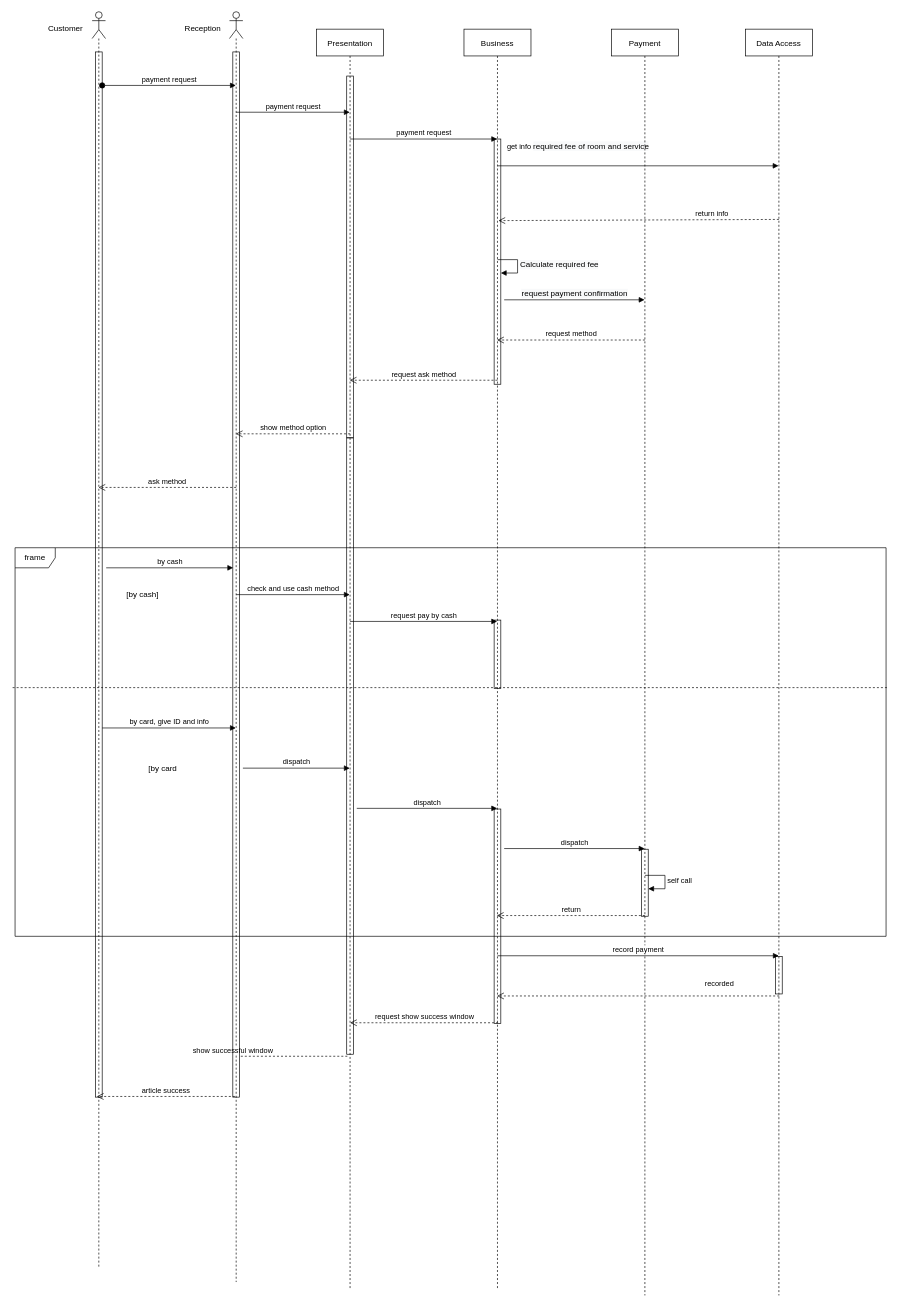
Above: page "Payment" (4 of 4) of Diagram/Sequence Diagram.drawio in jonathanha52/SE104.L23.PMCL (draw.io), before the change. Source tidied: cells renumbered, new cells numbered last; positions are measured from the earlier drawing's top-left corner, leaving out a move shared by most shapes. Both pictures are drawn from the tidied source at 67%, with x=0, y=0 at pixel (15, 11).
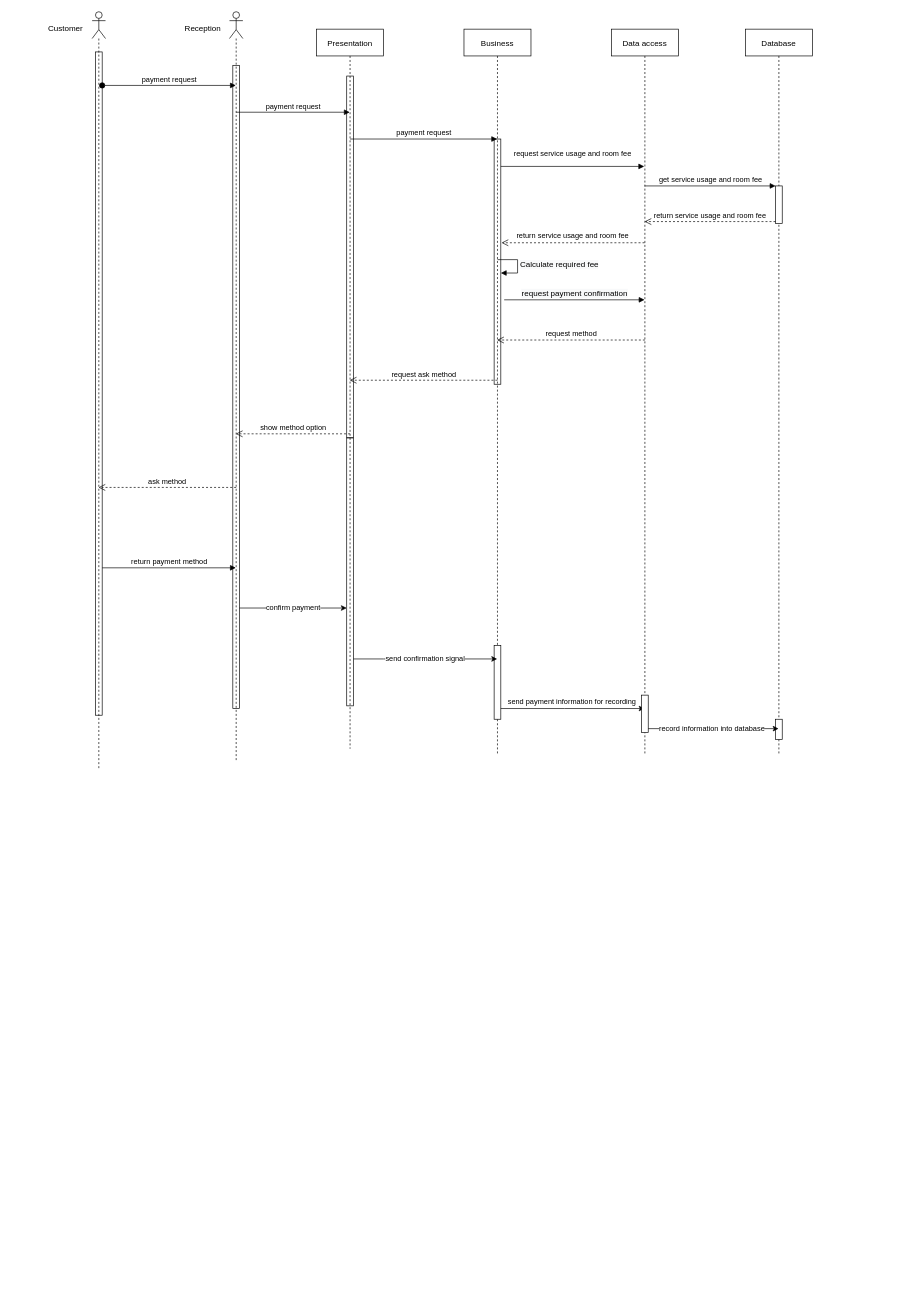
The same diagram, later.

The change refers to these unchanged cells:
```xml
<mxCell id="13" style="html=1;points=[];perimeter=orthogonalPerimeter;fillColor=none;" parent="8" vertex="1">
  <mxGeometry x="45" y="164" width="10" height="366" as="geometry" />
</mxCell>
```

Diff of the diagram source:
```diff
@@
     <mxCell id="2" value="Presentation" style="shape=umlLifeline;perimeter=lifelinePerimeter;rounded=0;shadow=0;strokeWidth=1;" parent="1" vertex="1">
-      <mxGeometry x="450" y="26" width="100" height="1880" as="geometry" />
+      <mxGeometry x="450" y="26" width="100" height="1074" as="geometry" />
     </mxCell>
@@
-    <mxCell id="4" value="request pay by cash" style="html=1;verticalAlign=bottom;endArrow=block;" parent="2" edge="1" target="8">
-      <mxGeometry relative="1" as="geometry">
-        <mxPoint x="50" y="884" as="sourcePoint" />
-      </mxGeometry>
-    </mxCell>
-    <mxCell id="5" value="dispatch" style="html=1;verticalAlign=bottom;endArrow=block;" parent="2" edge="1">
-      <mxGeometry relative="1" as="geometry">
-        <mxPoint x="60" y="1163" as="sourcePoint" />
-        <mxPoint x="269.5" y="1163" as="targetPoint" />
-      </mxGeometry>
-    </mxCell>
@@
     <mxCell id="7" style="html=1;points=[];perimeter=orthogonalPerimeter;fillColor=none;" parent="2" vertex="1">
-      <mxGeometry x="45" y="610" width="10" height="920" as="geometry" />
+      <mxGeometry x="45" y="610" width="10" height="400" as="geometry" />
     </mxCell>
+    <mxCell id="49" value="send payment information for recording" style="edgeStyle=orthogonalEdgeStyle;rounded=0;jettySize=auto;html=1;" parent="1" edge="1" source="8" target="25">
+      <mxGeometry x="0.01" y="10" relative="1" as="geometry">
+        <Array as="points">
+          <mxPoint x="820" y="1040" />
+          <mxPoint x="820" y="1040" />
+        </Array>
+      </mxGeometry>
+    </mxCell>
     <mxCell id="8" value="Business" style="shape=umlLifeline;perimeter=lifelinePerimeter;rounded=0;shadow=0;strokeWidth=1;" parent="1" vertex="1">
-      <mxGeometry x="670" y="26" width="100" height="1880" as="geometry" />
+      <mxGeometry x="670" y="26" width="100" height="1084" as="geometry" />
     </mxCell>
-    <mxCell id="9" value="get info&amp;nbsp;&lt;span style=&quot;font-size: 12px ; background-color: rgb(248 , 249 , 250)&quot;&gt;required fee of room and service&lt;/span&gt;" style="html=1;verticalAlign=bottom;endArrow=block;" parent="8" edge="1" target="14">
-      <mxGeometry x="-0.43" y="20" relative="1" as="geometry">
-        <mxPoint x="50" y="204" as="sourcePoint" />
-      </mxGeometry>
-    </mxCell>
@@
-    <mxCell id="12" value="dispatch" style="html=1;verticalAlign=bottom;endArrow=block;" parent="8" edge="1">
-      <mxGeometry relative="1" as="geometry">
-        <mxPoint x="60" y="1223" as="sourcePoint" />
-        <mxPoint x="269.5" y="1223" as="targetPoint" />
-      </mxGeometry>
-    </mxCell>
@@
+    <mxCell id="50" style="html=1;perimeter=orthogonalPerimeter;" parent="8" vertex="1">
+      <mxGeometry x="45" y="920" width="10" height="110" as="geometry" />
+    </mxCell>
-    <mxCell id="14" value="Data Access" style="shape=umlLifeline;perimeter=lifelinePerimeter;rounded=0;shadow=0;strokeWidth=1;" parent="1" vertex="1">
-      <mxGeometry x="1090" y="26" width="100" height="1890" as="geometry" />
+    <mxCell id="14" value="Database" style="shape=umlLifeline;perimeter=lifelinePerimeter;rounded=0;shadow=0;strokeWidth=1;" parent="1" vertex="1">
+      <mxGeometry x="1090" y="26" width="100" height="1084" as="geometry" />
     </mxCell>
-    <mxCell id="15" style="html=1;perimeter=orthogonalPerimeter;fillColor=none;" parent="14" vertex="1">
-      <mxGeometry x="45" y="1384" width="10" height="56" as="geometry" />
-    </mxCell>
+    <mxCell id="51" style="html=1;points=[];perimeter=orthogonalPerimeter;" parent="14" vertex="1">
+      <mxGeometry x="45" y="234" width="10" height="56" as="geometry" />
+    </mxCell>
+    <mxCell id="52" style="html=1;perimeter=orthogonalPerimeter;" parent="14" vertex="1">
+      <mxGeometry x="45" y="1030" width="10" height="30" as="geometry" />
+    </mxCell>
     <mxCell id="16" style="shape=umlLifeline;participant=umlActor;perimeter=lifelinePerimeter;whiteSpace=wrap;html=1;verticalAlign=top;spacingTop=36;outlineConnect=0;fillColor=none;" parent="1" vertex="1">
-      <mxGeometry x="115" width="20" height="1876" as="geometry" />
+      <mxGeometry x="115" width="20" height="1130" as="geometry" />
     </mxCell>
-    <mxCell id="17" value="by cash" style="html=1;verticalAlign=bottom;endArrow=block;" parent="16" edge="1">
-      <mxGeometry relative="1" as="geometry">
-        <mxPoint x="21" y="830" as="sourcePoint" />
-        <mxPoint x="210.5" y="830" as="targetPoint" />
-      </mxGeometry>
-    </mxCell>
-    <mxCell id="18" value="by card, give ID and info" style="html=1;verticalAlign=bottom;endArrow=block;" parent="16" edge="1">
-      <mxGeometry relative="1" as="geometry">
-        <mxPoint x="15" y="1069" as="sourcePoint" />
-        <mxPoint x="214.5" y="1069" as="targetPoint" />
-      </mxGeometry>
-    </mxCell>
     <mxCell id="19" style="html=1;perimeter=orthogonalPerimeter;fillColor=none;" parent="16" vertex="1">
-      <mxGeometry x="5" y="60" width="10" height="1560" as="geometry" />
+      <mxGeometry x="5" y="60" width="10" height="990" as="geometry" />
     </mxCell>
@@
     <mxCell id="21" style="shape=umlLifeline;participant=umlActor;perimeter=lifelinePerimeter;whiteSpace=wrap;html=1;verticalAlign=top;spacingTop=36;outlineConnect=0;fillColor=none;" parent="1" vertex="1">
-      <mxGeometry x="320" width="20" height="1896" as="geometry" />
+      <mxGeometry x="320" width="20" height="1120" as="geometry" />
     </mxCell>
@@
-    <mxCell id="23" value="check and use cash method" style="html=1;verticalAlign=bottom;endArrow=block;" parent="21" edge="1" target="2">
-      <mxGeometry relative="1" as="geometry">
-        <mxPoint x="10" y="870" as="sourcePoint" />
-      </mxGeometry>
-    </mxCell>
@@
+    <mxCell id="53" value="record information into database" style="edgeStyle=orthogonalEdgeStyle;rounded=0;jettySize=auto;html=1;" parent="1" edge="1" source="25" target="14">
+      <mxGeometry relative="1" as="geometry">
+        <Array as="points">
+          <mxPoint x="1040" y="1070" />
+          <mxPoint x="1040" y="1070" />
+        </Array>
+      </mxGeometry>
+    </mxCell>
-    <mxCell id="25" value="Payment" style="shape=umlLifeline;perimeter=lifelinePerimeter;rounded=0;shadow=0;strokeWidth=1;" parent="1" vertex="1">
-      <mxGeometry x="890" y="26" width="100" height="1890" as="geometry" />
+    <mxCell id="25" value="Data access" style="shape=umlLifeline;perimeter=lifelinePerimeter;rounded=0;shadow=0;strokeWidth=1;" parent="1" vertex="1">
+      <mxGeometry x="890" y="26" width="100" height="1084" as="geometry" />
     </mxCell>
-    <mxCell id="26" value="self call" style="edgeStyle=orthogonalEdgeStyle;html=1;align=left;spacingLeft=2;endArrow=block;rounded=0;entryX=1;entryY=0;" parent="25" edge="1">
-      <mxGeometry relative="1" as="geometry">
-        <mxPoint x="50" y="1263" as="sourcePoint" />
-        <mxPoint x="55" y="1283" as="targetPoint" />
-        <Array as="points">
-          <mxPoint x="80" y="1263" />
-        </Array>
-      </mxGeometry>
-    </mxCell>
+    <mxCell id="54" style="html=1;perimeter=orthogonalPerimeter;" parent="25" vertex="1">
+      <mxGeometry x="45" y="994" width="10" height="56" as="geometry" />
+    </mxCell>
@@
-    <mxCell id="28" value="return info" style="html=1;verticalAlign=bottom;endArrow=open;dashed=1;endSize=8;entryX=0.514;entryY=0.152;entryDx=0;entryDy=0;entryPerimeter=0;" parent="1" edge="1" target="8">
-      <mxGeometry x="-0.52" y="1" relative="1" as="geometry">
-        <mxPoint x="1140" y="310" as="sourcePoint" />
-      </mxGeometry>
+    <mxCell id="28" value="return service usage and room fee" style="html=1;verticalAlign=bottom;endArrow=open;dashed=1;endSize=8;entryX=1.106;entryY=0.423;entryDx=0;entryDy=0;entryPerimeter=0;" parent="1" edge="1" source="25" target="13">
+      <mxGeometry x="0.01" y="-2" relative="1" as="geometry" />
     </mxCell>
@@
-    <mxCell id="33" value="dispatch" style="html=1;verticalAlign=bottom;endArrow=block;" parent="1" edge="1">
-      <mxGeometry relative="1" as="geometry">
-        <mxPoint x="340" y="1129" as="sourcePoint" />
-        <mxPoint x="499.5" y="1129" as="targetPoint" />
-      </mxGeometry>
-    </mxCell>
-    <mxCell id="34" value="return" style="html=1;verticalAlign=bottom;endArrow=open;dashed=1;endSize=8;" parent="1" edge="1">
-      <mxGeometry relative="1" as="geometry">
-        <mxPoint x="940" y="1349" as="sourcePoint" />
-        <mxPoint x="719.1" y="1349" as="targetPoint" />
-      </mxGeometry>
-    </mxCell>
-    <mxCell id="35" value="record payment" style="html=1;verticalAlign=bottom;endArrow=block;" parent="1" edge="1">
-      <mxGeometry relative="1" as="geometry">
-        <mxPoint x="720.2" y="1409" as="sourcePoint" />
-        <mxPoint x="1139.8" y="1409" as="targetPoint" />
-      </mxGeometry>
-    </mxCell>
-    <mxCell id="36" value="recorded" style="html=1;verticalAlign=bottom;endArrow=open;dashed=1;endSize=8;" parent="1" edge="1">
-      <mxGeometry x="-0.57" y="-10" relative="1" as="geometry">
-        <mxPoint x="1140.5" y="1469" as="sourcePoint" />
-        <mxPoint x="719.5" y="1469" as="targetPoint" />
-        <mxPoint x="1" as="offset" />
-      </mxGeometry>
-    </mxCell>
-    <mxCell id="37" value="request show success window" style="html=1;verticalAlign=bottom;endArrow=open;dashed=1;endSize=8;" parent="1" edge="1">
-      <mxGeometry relative="1" as="geometry">
-        <mxPoint x="720.9" y="1509" as="sourcePoint" />
-        <mxPoint x="500" y="1509" as="targetPoint" />
-      </mxGeometry>
-    </mxCell>
-    <mxCell id="38" value="show successful window" style="html=1;verticalAlign=bottom;endArrow=open;dashed=1;endSize=8;startArrow=none;" parent="1" edge="1" source="43">
-      <mxGeometry relative="1" as="geometry">
-        <mxPoint x="325" y="1559" as="targetPoint" />
-      </mxGeometry>
-    </mxCell>
-    <mxCell id="39" value="article success" style="html=1;verticalAlign=bottom;endArrow=open;dashed=1;endSize=8;" parent="1" edge="1">
-      <mxGeometry relative="1" as="geometry">
-        <mxPoint x="328" y="1619" as="sourcePoint" />
-        <mxPoint x="122" y="1619" as="targetPoint" />
-      </mxGeometry>
-    </mxCell>
-    <mxCell id="40" value="[by card" style="text;html=1;align=center;verticalAlign=middle;strokeColor=none;" parent="1" vertex="1">
-      <mxGeometry x="190" y="1120" width="60" height="20" as="geometry" />
-    </mxCell>
-    <mxCell id="41" value="[by cash]" style="text;html=1;align=center;verticalAlign=middle;strokeColor=none;" parent="1" vertex="1">
-      <mxGeometry x="160" y="860" width="60" height="20" as="geometry" />
-    </mxCell>
-    <mxCell id="42" value="frame" style="shape=umlFrame;whiteSpace=wrap;html=1;fillColor=none;" parent="1" vertex="1">
-      <mxGeometry y="800" width="1300" height="580" as="geometry" />
-    </mxCell>
+    <mxCell id="55" value="confirm payment" style="edgeStyle=orthogonalEdgeStyle;rounded=0;jettySize=auto;html=1;" parent="1" edge="1" source="43" target="7">
+      <mxGeometry relative="1" as="geometry">
+        <Array as="points">
+          <mxPoint x="420" y="890" />
+          <mxPoint x="420" y="890" />
+        </Array>
+      </mxGeometry>
+    </mxCell>
     <mxCell id="43" style="html=1;points=[];perimeter=orthogonalPerimeter;fillColor=none;" parent="1" vertex="1">
-      <mxGeometry x="325" y="60" width="10" height="1560" as="geometry" />
+      <mxGeometry x="325" y="80" width="10" height="960" as="geometry" />
     </mxCell>
-    <mxCell id="44" style="html=1;verticalAlign=bottom;endArrow=none;dashed=1;endSize=8;" parent="1" edge="1" target="43">
-      <mxGeometry relative="1" as="geometry">
-        <mxPoint x="495.9" y="1559" as="sourcePoint" />
-      </mxGeometry>
-    </mxCell>
-    <mxCell id="45" style="html=1;perimeter=orthogonalPerimeter;fillColor=none;" parent="1" vertex="1">
-      <mxGeometry x="715" y="908" width="10" height="102" as="geometry" />
-    </mxCell>
-    <mxCell id="46" style="endArrow=none;dashed=1;html=1;entryX=-0.004;entryY=0.36;entryDx=0;entryDy=0;entryPerimeter=0;exitX=1.001;exitY=0.36;exitDx=0;exitDy=0;exitPerimeter=0;" parent="1" edge="1" source="42" target="42">
-      <mxGeometry relative="1" as="geometry" />
-    </mxCell>
-    <mxCell id="47" style="html=1;perimeter=orthogonalPerimeter;fillColor=none;" parent="1" vertex="1">
-      <mxGeometry x="715" y="1190" width="10" height="320" as="geometry" />
-    </mxCell>
-    <mxCell id="48" style="html=1;perimeter=orthogonalPerimeter;fillColor=none;" parent="1" vertex="1">
-      <mxGeometry x="935" y="1250" width="10" height="100" as="geometry" />
-    </mxCell>
+    <mxCell id="56" value="get service usage and room fee" style="html=1;verticalAlign=bottom;endArrow=block;entryX=0;entryY=0;" parent="1" edge="1" source="25" target="51">
+      <mxGeometry relative="1" as="geometry" />
+    </mxCell>
+    <mxCell id="57" value="return service usage and room fee" style="html=1;verticalAlign=bottom;endArrow=open;dashed=1;endSize=8;exitX=0;exitY=0.95;" parent="1" edge="1" source="51" target="25">
+      <mxGeometry relative="1" as="geometry" />
+    </mxCell>
+    <mxCell id="18" value="return payment method" style="html=1;verticalAlign=bottom;endArrow=block;" parent="1" edge="1">
+      <mxGeometry relative="1" as="geometry">
+        <mxPoint x="130" y="830" as="sourcePoint" />
+        <mxPoint x="329.5" y="830" as="targetPoint" />
+      </mxGeometry>
+    </mxCell>
+    <mxCell id="58" value="send confirmation signal" style="edgeStyle=orthogonalEdgeStyle;rounded=0;jettySize=auto;html=1;" parent="1" edge="1" source="7" target="8">
+      <mxGeometry relative="1" as="geometry">
+        <Array as="points">
+          <mxPoint x="550" y="966" />
+          <mxPoint x="550" y="966" />
+        </Array>
+      </mxGeometry>
+    </mxCell>
+    <mxCell id="9" value="request service usage and room fee" style="html=1;verticalAlign=bottom;endArrow=block;entryX=0.49;entryY=0.189;entryDx=0;entryDy=0;entryPerimeter=0;" parent="1" edge="1" source="13" target="25">
+      <mxGeometry y="10" relative="1" as="geometry" />
+    </mxCell>
```
